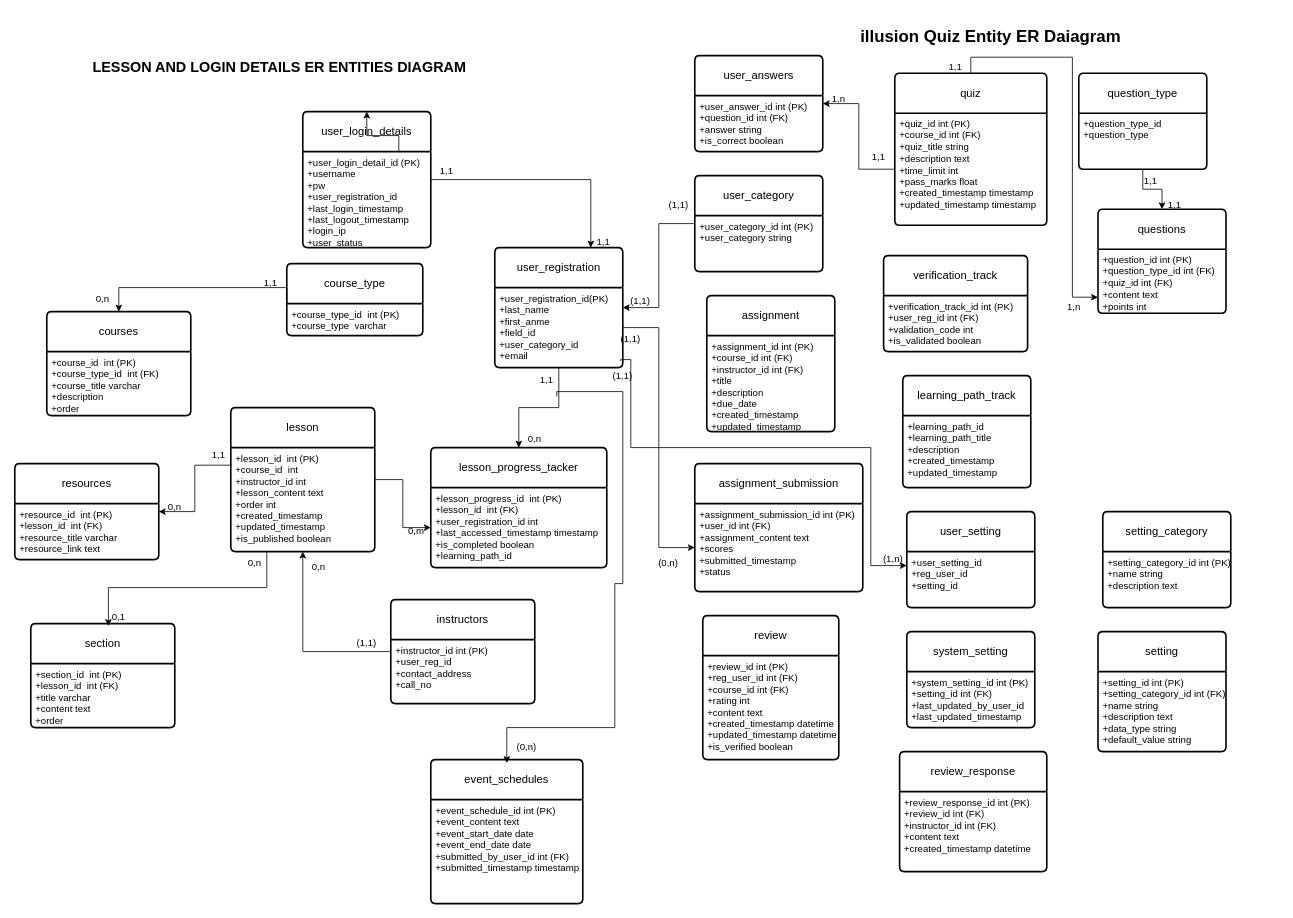
Before: illusion db schema models.drawio in The-Illusion-services/illusion-BE, a draw.io diagram. Source tidied: cells renumbered, new cells numbered last; positions are measured from the earlier drawing's top-left corner, leaving out a move shared by most shapes. Both pictures are drawn from the tidied source at 80%, with x=0, y=0 at pixel (14, 23).
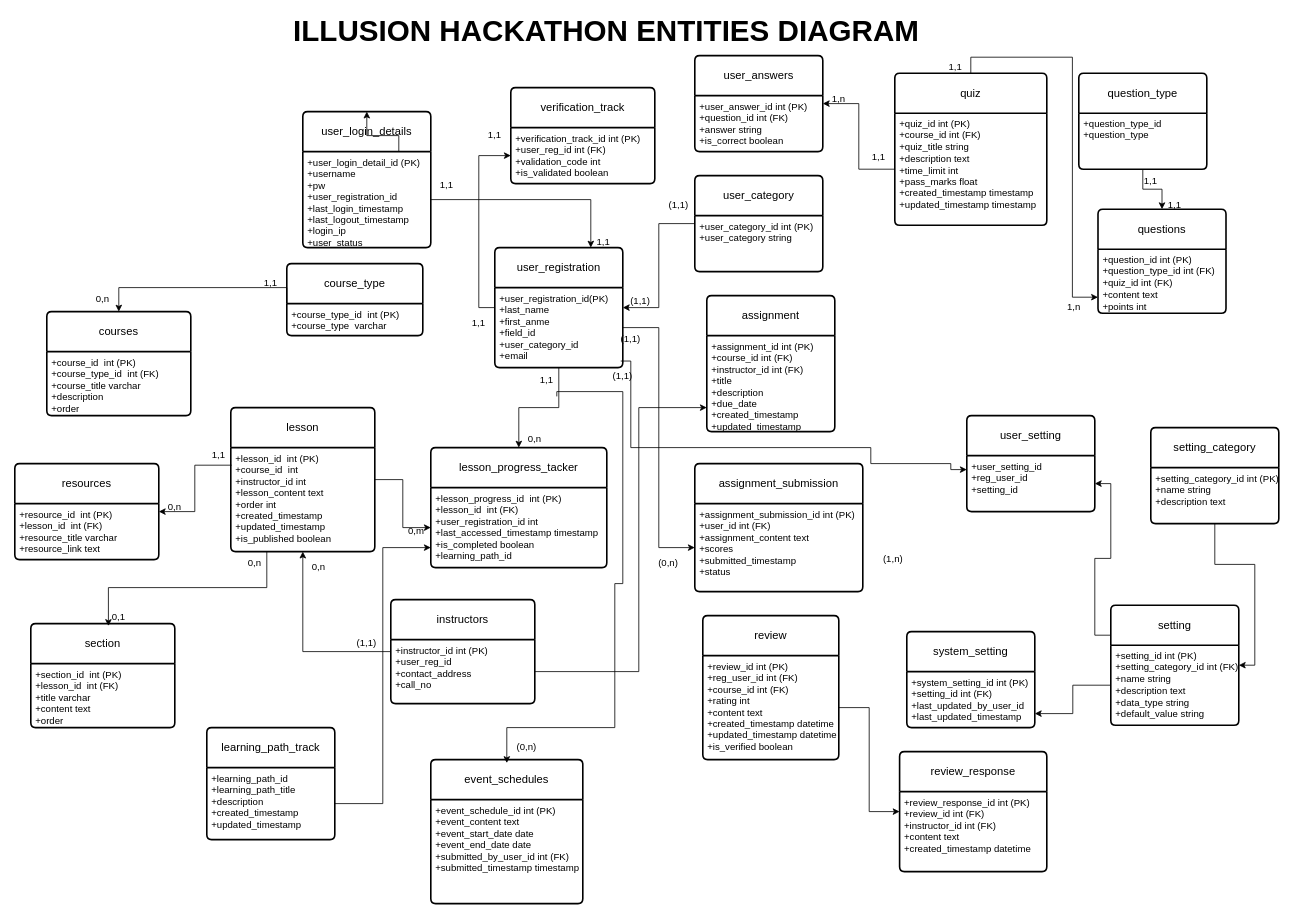
The same diagram, later.

The change refers to these unchanged cells:
```xml
<mxCell id="8" value="+verification_track_id int (PK)&lt;br&gt;+user_reg_id int (FK)&lt;br&gt;&lt;div&gt;+validation_code int&lt;br&gt;&lt;/div&gt;&lt;div&gt;+is_validated boolean &lt;br&gt;&lt;/div&gt;" style="align=left;strokeColor=none;fillColor=none;spacingLeft=4;fontSize=12;verticalAlign=top;html=1;" parent="7" vertex="1">
  <mxGeometry y="50" width="180" height="70" as="geometry" />
</mxCell>
<mxCell id="10" value="+learning_path_id&lt;br&gt;+learning_path_title&lt;br&gt;&lt;div&gt;+description&lt;/div&gt;&lt;div&gt;+created_timestamp&lt;/div&gt;&lt;div&gt;+updated_timestamp&lt;br&gt;&lt;/div&gt;" style="align=left;strokeColor=none;fillColor=none;spacingLeft=4;fontSize=12;verticalAlign=top;html=1;" parent="9" vertex="1">
  <mxGeometry y="50" width="160" height="90" as="geometry" />
</mxCell>
<mxCell id="12" value="+assignment_id int (PK)&lt;br&gt;+course_id int (FK)&lt;br&gt;&lt;div&gt;+instructor_id int (FK)&lt;/div&gt;&lt;div&gt;+title&lt;/div&gt;&lt;div&gt;+description&lt;/div&gt;&lt;div&gt;+due_date&lt;/div&gt;&lt;div&gt;+created_timestamp&lt;/div&gt;&lt;div&gt;+updated_timestamp&lt;br&gt;&lt;/div&gt;" style="align=left;strokeColor=none;fillColor=none;spacingLeft=4;fontSize=12;verticalAlign=top;html=1;" parent="11" vertex="1">
  <mxGeometry y="50" width="160" height="120" as="geometry" />
</mxCell>
<mxCell id="18" value="+setting_category_id int (PK)&lt;br&gt;+name string&lt;br&gt;+description text" style="align=left;strokeColor=none;fillColor=none;spacingLeft=4;fontSize=12;verticalAlign=top;html=1;" parent="17" vertex="1">
  <mxGeometry y="50" width="160" height="70" as="geometry" />
</mxCell>
<mxCell id="37" value="+setting_id int (PK)&lt;br&gt;+setting_category_id int (FK)&lt;br&gt;&lt;div&gt;+name string &lt;br&gt;&lt;/div&gt;&lt;div&gt;+description text&lt;br&gt;&lt;/div&gt;&lt;div&gt;+data_type string&lt;br&gt;&lt;/div&gt;&lt;div&gt;+default_value string&lt;br&gt;&lt;/div&gt;" style="align=left;strokeColor=none;fillColor=none;spacingLeft=4;fontSize=12;verticalAlign=top;html=1;" parent="36" vertex="1">
  <mxGeometry y="50" width="160" height="100" as="geometry" />
</mxCell>
<mxCell id="39" value="+user_setting_id&lt;br&gt;+reg_user_id&lt;br&gt;+setting_id" style="align=left;strokeColor=none;fillColor=none;spacingLeft=4;fontSize=12;verticalAlign=top;html=1;" parent="38" vertex="1">
  <mxGeometry y="50" width="160" height="70" as="geometry" />
</mxCell>
<mxCell id="41" value="+system_setting_id int (PK)&lt;br&gt;+setting_id int (FK)&lt;br&gt;&lt;div&gt;+last_updated_by_user_id&lt;/div&gt;&lt;div&gt;+last_updated_timestamp &lt;br&gt;&lt;/div&gt;" style="align=left;strokeColor=none;fillColor=none;spacingLeft=4;fontSize=12;verticalAlign=top;html=1;" parent="40" vertex="1">
  <mxGeometry y="50" width="160" height="70" as="geometry" />
</mxCell>
<mxCell id="43" value="+review_id int (PK)&lt;br&gt;+reg_user_id int (FK)&lt;br&gt;&lt;div&gt;+course_id int (FK)&lt;/div&gt;&lt;div&gt;+rating int &lt;br&gt;&lt;/div&gt;&lt;div&gt;+content text&lt;/div&gt;&lt;div&gt;+created_timestamp datetime&lt;/div&gt;&lt;div&gt;+updated_timestamp datetime&lt;/div&gt;&lt;div&gt;+is_verified boolean&lt;/div&gt;&lt;div&gt;&lt;br&gt;&lt;/div&gt;" style="align=left;strokeColor=none;fillColor=none;spacingLeft=4;fontSize=12;verticalAlign=top;html=1;" parent="42" vertex="1">
  <mxGeometry y="50" width="170" height="130" as="geometry" />
</mxCell>
<mxCell id="44" value="review_response" style="swimlane;horizontal=1;startSize=50;rounded=1;fontSize=14;fontStyle=0;strokeWidth=2;shadow=0;dashed=0;align=center;arcSize=4;whiteSpace=wrap;html=1;" parent="1" vertex="1">
  <mxGeometry x="1106" y="910" width="184" height="150" as="geometry" />
</mxCell>
<mxCell id="51" value="user_login_details" style="swimlane;horizontal=1;startSize=50;rounded=1;fontSize=14;fontStyle=0;strokeWidth=2;shadow=0;dashed=0;align=center;arcSize=4;whiteSpace=wrap;html=1;" parent="1" vertex="1">
  <mxGeometry x="360" y="110" width="160" height="170" as="geometry" />
</mxCell>
<mxCell id="54" value="user_registration" style="swimlane;horizontal=1;startSize=50;rounded=1;fontSize=14;fontStyle=0;strokeWidth=2;shadow=0;dashed=0;align=center;arcSize=4;whiteSpace=wrap;html=1;" parent="1" vertex="1">
  <mxGeometry x="600" y="280" width="160" height="150" as="geometry" />
</mxCell>
<mxCell id="55" value="+user_registration_id(PK) &lt;br&gt;+last_name&lt;br&gt;&lt;div&gt;+first_anme&lt;br&gt;&lt;/div&gt;&lt;div&gt;+field_id&lt;/div&gt;&lt;div&gt;+user_category_id&lt;/div&gt;&lt;div&gt;+email&lt;/div&gt;" style="align=left;strokeColor=none;fillColor=none;spacingLeft=4;fontSize=12;verticalAlign=top;html=1;" parent="54" vertex="1">
  <mxGeometry y="50" width="160" height="100" as="geometry" />
</mxCell>
<mxCell id="62" value="+instructor_id int (PK)&lt;br&gt;+user_reg_id&lt;br&gt;&lt;div&gt;+contact_address&lt;br&gt;&lt;/div&gt;&lt;div&gt;+call_no&lt;br&gt;&lt;/div&gt;&lt;div&gt;&amp;nbsp;&lt;br&gt;&lt;/div&gt;&lt;div&gt;&lt;br&gt;&lt;/div&gt;" style="align=left;strokeColor=none;fillColor=none;spacingLeft=4;fontSize=12;verticalAlign=top;html=1;" parent="61" vertex="1">
  <mxGeometry y="50" width="180" height="80" as="geometry" />
</mxCell>
<mxCell id="68" value="+lesson_progress_id&amp;nbsp; int (PK)&lt;br&gt;+lesson_id&amp;nbsp; int (FK)&lt;br&gt;&lt;div&gt;+user_registration_id int&lt;br&gt;&lt;/div&gt;&lt;div&gt;+last_accessed_timestamp timestamp&lt;br&gt;&lt;/div&gt;&lt;div&gt;+is_completed boolean&lt;/div&gt;&lt;div&gt;+learning_path_id&lt;br&gt;&lt;/div&gt;&lt;div&gt;&amp;nbsp;&lt;br&gt;&lt;/div&gt;&lt;div&gt;&lt;br&gt;&lt;/div&gt;" style="align=left;strokeColor=none;fillColor=none;spacingLeft=4;fontSize=12;verticalAlign=top;html=1;" parent="67" vertex="1">
  <mxGeometry y="50" width="220" height="100" as="geometry" />
</mxCell>
```

What changed in the source:
```diff
@@
-<mxGraphModel>
+<mxGraphModel background="#ffffff">
@@
-    <mxCell id="2" value="LESSON AND LOGIN DETAILS ER ENTITIES DIAGRAM" style="text;html=1;align=center;verticalAlign=middle;whiteSpace=wrap;rounded=0;fontStyle=1;fontSize=18;" parent="1" vertex="1">
-      <mxGeometry x="60" y="40" width="542" height="30" as="geometry" />
+    <mxCell id="2" value="ILLUSION HACKATHON ENTITIES DIAGRAM" style="text;html=1;align=center;verticalAlign=middle;whiteSpace=wrap;rounded=0;fontStyle=1;fontSize=37;" parent="1" vertex="1">
+      <mxGeometry x="269" y="-10" width="941" height="40" as="geometry" />
     </mxCell>
-    <mxCell id="3" value="illusion Quiz Entity ER Daiagram" style="text;html=1;align=center;verticalAlign=middle;whiteSpace=wrap;rounded=0;fontStyle=1;fontSize=21;" parent="1" vertex="1">
-      <mxGeometry x="1010" width="420" height="30" as="geometry" />
-    </mxCell>
@@
     <mxCell id="7" value="verification_track" style="swimlane;horizontal=1;startSize=50;rounded=1;fontSize=14;fontStyle=0;strokeWidth=2;shadow=0;dashed=0;align=center;arcSize=4;whiteSpace=wrap;html=1;" parent="1" vertex="1">
-      <mxGeometry x="1086" y="290" width="180" height="120" as="geometry" />
+      <mxGeometry x="620" y="80" width="180" height="120" as="geometry" />
     </mxCell>
@@
     <mxCell id="9" value="learning_path_track" style="swimlane;horizontal=1;startSize=50;rounded=1;fontSize=14;fontStyle=0;strokeWidth=2;shadow=0;dashed=0;align=center;arcSize=4;whiteSpace=wrap;html=1;" parent="1" vertex="1">
-      <mxGeometry x="1110" y="440" width="160" height="140" as="geometry" />
+      <mxGeometry x="240" y="880" width="160" height="140" as="geometry" />
     </mxCell>
@@
     <mxCell id="17" value="setting_category" style="swimlane;horizontal=1;startSize=50;rounded=1;fontSize=14;fontStyle=0;strokeWidth=2;shadow=0;dashed=0;align=center;arcSize=4;whiteSpace=wrap;html=1;" parent="1" vertex="1">
-      <mxGeometry x="1360" y="610" width="160" height="120" as="geometry" />
+      <mxGeometry x="1420" y="505" width="160" height="120" as="geometry" />
     </mxCell>
@@
+    <mxCell id="95" style="edgeStyle=orthogonalEdgeStyle;rounded=0;jettySize=auto;html=1;exitX=0;exitY=0.25;exitDx=0;exitDy=0;entryX=1;entryY=0.5;entryDx=0;entryDy=0;" parent="1" edge="1" source="36" target="39">
+      <mxGeometry relative="1" as="geometry" />
+    </mxCell>
     <mxCell id="36" value="setting" style="swimlane;horizontal=1;startSize=50;rounded=1;fontSize=14;fontStyle=0;strokeWidth=2;shadow=0;dashed=0;align=center;arcSize=4;whiteSpace=wrap;html=1;" parent="1" vertex="1">
-      <mxGeometry x="1354" y="760" width="160" height="150" as="geometry" />
+      <mxGeometry x="1370" y="727" width="160" height="150" as="geometry" />
     </mxCell>
@@
     <mxCell id="38" value="user_setting" style="swimlane;horizontal=1;startSize=50;rounded=1;fontSize=14;fontStyle=0;strokeWidth=2;shadow=0;dashed=0;align=center;arcSize=4;whiteSpace=wrap;html=1;" parent="1" vertex="1">
-      <mxGeometry x="1115" y="610" width="160" height="120" as="geometry" />
+      <mxGeometry x="1190" y="490" width="160" height="120" as="geometry" />
     </mxCell>
@@
     <mxCell id="50" style="edgeStyle=orthogonalEdgeStyle;rounded=0;jettySize=auto;html=1;entryX=0.75;entryY=0;entryDx=0;entryDy=0;" parent="1" edge="1" source="51" target="54">
-      <mxGeometry relative="1" as="geometry" />
+      <mxGeometry relative="1" as="geometry">
+        <Array as="points">
+          <mxPoint x="720" y="220" />
+        </Array>
+      </mxGeometry>
     </mxCell>
@@
     <mxCell id="82" value="1,1" style="text;html=1;align=center;verticalAlign=middle;whiteSpace=wrap;rounded=0;" parent="1" vertex="1">
-      <mxGeometry x="510" y="170" width="60" height="30" as="geometry" />
+      <mxGeometry x="510" y="187" width="60" height="30" as="geometry" />
     </mxCell>
@@
     <mxCell id="90" style="edgeStyle=orthogonalEdgeStyle;rounded=0;jettySize=auto;html=1;entryX=0;entryY=0.25;entryDx=0;entryDy=0;exitX=0.984;exitY=0.918;exitDx=0;exitDy=0;exitPerimeter=0;" parent="1" edge="1" source="55" target="39">
       <mxGeometry relative="1" as="geometry">
         <Array as="points">
-          <mxPoint x="757" y="420" />
-          <mxPoint x="770" y="420" />
+          <mxPoint x="770" y="422" />
           <mxPoint x="770" y="530" />
           <mxPoint x="1070" y="530" />
-          <mxPoint x="1070" y="677" />
+          <mxPoint x="1070" y="550" />
+          <mxPoint x="1170" y="550" />
+          <mxPoint x="1170" y="558" />
         </Array>
       </mxGeometry>
     </mxCell>
@@
+    <mxCell id="96" style="edgeStyle=orthogonalEdgeStyle;rounded=0;jettySize=auto;html=1;entryX=0;entryY=0.5;entryDx=0;entryDy=0;exitX=0;exitY=0.25;exitDx=0;exitDy=0;" parent="1" edge="1" source="55" target="8">
+      <mxGeometry relative="1" as="geometry" />
+    </mxCell>
+    <mxCell id="97" value="1,1" style="text;html=1;align=center;verticalAlign=middle;whiteSpace=wrap;rounded=0;" parent="1" vertex="1">
+      <mxGeometry x="570" y="125" width="60" height="30" as="geometry" />
+    </mxCell>
+    <mxCell id="98" value="1,1" style="text;html=1;align=center;verticalAlign=middle;whiteSpace=wrap;rounded=0;" parent="1" vertex="1">
+      <mxGeometry x="550" y="360" width="60" height="30" as="geometry" />
+    </mxCell>
+    <mxCell id="99" style="edgeStyle=orthogonalEdgeStyle;rounded=0;jettySize=auto;html=1;entryX=1;entryY=0.5;entryDx=0;entryDy=0;" parent="1" edge="1" source="18" target="36">
+      <mxGeometry relative="1" as="geometry" />
+    </mxCell>
+    <mxCell id="100" style="edgeStyle=orthogonalEdgeStyle;rounded=0;jettySize=auto;html=1;entryX=1;entryY=0.75;entryDx=0;entryDy=0;" parent="1" edge="1" source="37" target="41">
+      <mxGeometry relative="1" as="geometry" />
+    </mxCell>
+    <mxCell id="101" style="edgeStyle=orthogonalEdgeStyle;rounded=0;jettySize=auto;html=1;" parent="1" edge="1" source="43" target="44">
+      <mxGeometry relative="1" as="geometry" />
+    </mxCell>
+    <mxCell id="102" style="edgeStyle=orthogonalEdgeStyle;rounded=0;jettySize=auto;html=1;entryX=0;entryY=0.75;entryDx=0;entryDy=0;" parent="1" edge="1" source="62" target="12">
+      <mxGeometry relative="1" as="geometry">
+        <Array as="points">
+          <mxPoint x="780" y="810" />
+          <mxPoint x="780" y="480" />
+        </Array>
+      </mxGeometry>
+    </mxCell>
+    <mxCell id="103" style="edgeStyle=orthogonalEdgeStyle;rounded=0;jettySize=auto;html=1;entryX=0;entryY=0.75;entryDx=0;entryDy=0;" parent="1" edge="1" source="10" target="68">
+      <mxGeometry relative="1" as="geometry" />
+    </mxCell>
```
